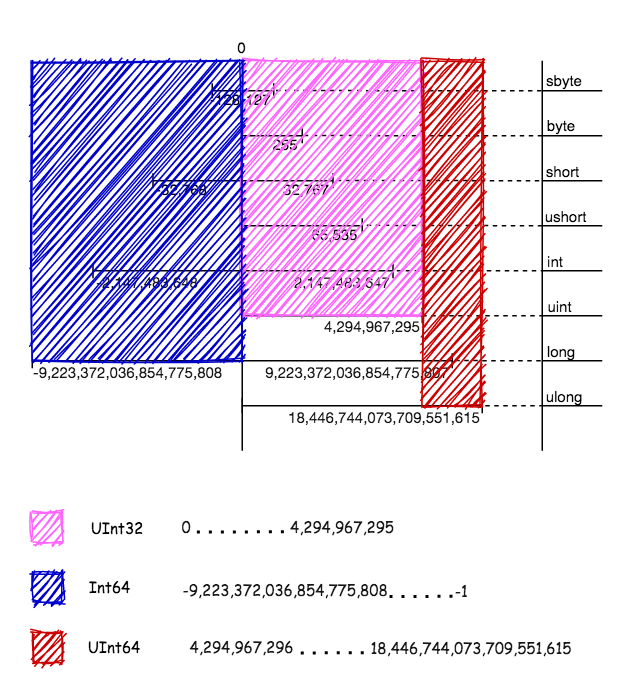
Hunor85/C-sharp keeps this draw.io diagram as 001-Types/001-Integral numerci types/005-integer_literal/docs/inetger literal.png. Above is the earlier version. Source tidied: cells renumbered, new cells last; positions are measured from the earlier drawing's top-left corner, leaving out a move shared by most shapes.
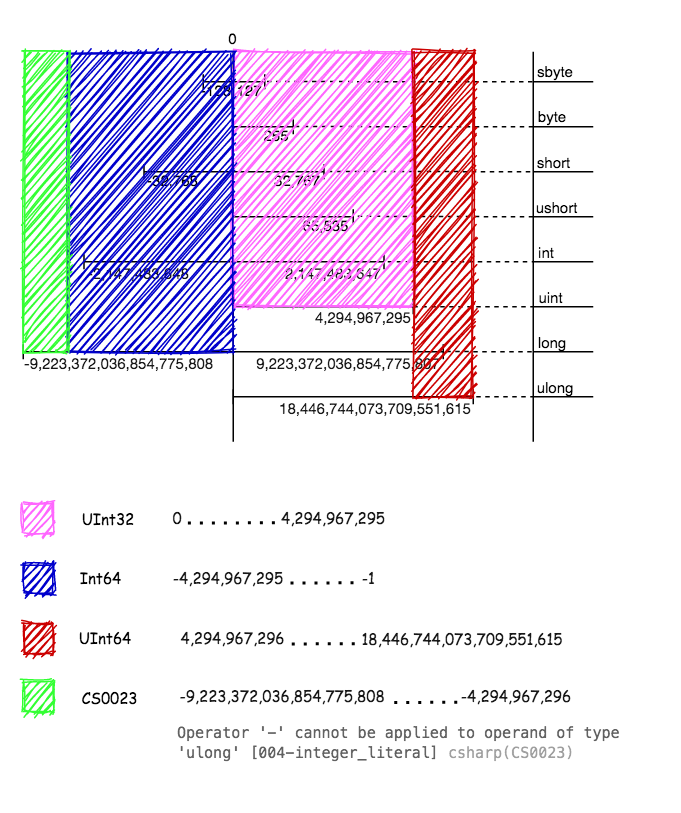
After the commit.

Change to the diagram source:
```diff
@@ -201,7 +201,7 @@
       <mxGeometry x="141" y="20" width="120" height="170" as="geometry" />
     </mxCell>
     <mxCell id="50" style="rounded=0;whiteSpace=wrap;html=1;shadow=0;glass=0;sketch=1;strokeColor=#0000CC;fillColor=#0000CC;fillStyle=hachure;" parent="1" vertex="1">
-      <mxGeometry x="1" y="20" width="140" height="200" as="geometry" />
+      <mxGeometry x="31" y="20" width="110" height="200" as="geometry" />
     </mxCell>
     <mxCell id="51" style="rounded=0;whiteSpace=wrap;html=1;shadow=0;glass=0;sketch=1;strokeColor=#CC0000;fillColor=#CC0000;" parent="1" vertex="1">
       <mxGeometry x="261" y="20" width="40" height="230" as="geometry" />
@@ -231,10 +231,10 @@
       <mxGeometry x="168" y="319" width="80" height="22" as="geometry" />
     </mxCell>
     <mxCell id="60" value="&lt;span style=&quot;font-style: normal ; font-weight: normal ; letter-spacing: normal ; text-indent: 0px ; text-transform: none ; word-spacing: 0px ; text-decoration: none ; color: rgb(23 , 23 , 23) ; text-align: left ; background-color: rgb(255 , 255 , 255) ; float: none ; display: inline ; font-size: 10px&quot;&gt;&lt;font style=&quot;font-size: 10px&quot; face=&quot;Comic Sans MS&quot;&gt;-9,223,372,036,854,775,808&lt;/font&gt;&lt;/span&gt;" style="text;html=1;strokeColor=none;fillColor=none;align=center;verticalAlign=middle;whiteSpace=wrap;rounded=0;fontSize=10;" parent="1" vertex="1">
-      <mxGeometry x="105" y="361" width="130" height="22" as="geometry" />
+      <mxGeometry x="109" y="438" width="130" height="22" as="geometry" />
     </mxCell>
     <mxCell id="61" value="&lt;div style=&quot;text-align: left&quot;&gt;&lt;font color=&quot;#171717&quot; face=&quot;Comic Sans MS&quot;&gt;&lt;span style=&quot;background-color: rgb(255 , 255 , 255)&quot;&gt;-1&lt;/span&gt;&lt;/font&gt;&lt;/div&gt;" style="text;html=1;strokeColor=none;fillColor=none;align=center;verticalAlign=middle;whiteSpace=wrap;rounded=0;fontSize=10;" parent="1" vertex="1">
-      <mxGeometry x="279" y="362" width="17" height="22" as="geometry" />
+      <mxGeometry x="223" y="359" width="17" height="22" as="geometry" />
     </mxCell>
     <mxCell id="62" value="&lt;span style=&quot;color: rgb(23 , 23 , 23) ; text-align: left ; background-color: rgb(255 , 255 , 255) ; font-size: 10px&quot;&gt;&lt;font style=&quot;font-size: 10px&quot; face=&quot;Comic Sans MS&quot;&gt;18,446,744,073,709,551,615&lt;/font&gt;&lt;/span&gt;" style="text;html=1;strokeColor=none;fillColor=none;align=center;verticalAlign=middle;whiteSpace=wrap;rounded=0;fontSize=10;" parent="1" vertex="1">
       <mxGeometry x="229" y="400" width="130" height="22" as="geometry" />
@@ -246,8 +246,8 @@
     </mxCell>
     <mxCell id="64" style="endArrow=none;dashed=1;html=1;dashPattern=1 3;strokeWidth=2;exitX=0.983;exitY=0.692;exitDx=0;exitDy=0;exitPerimeter=0;entryX=0;entryY=0.682;entryDx=0;entryDy=0;entryPerimeter=0;" parent="1" edge="1">
       <mxGeometry relative="1" as="geometry">
-        <mxPoint x="239.1" y="377.2" as="sourcePoint" />
-        <mxPoint x="282.5" y="377" as="targetPoint" />
+        <mxPoint x="179.1" y="374.2" as="sourcePoint" />
+        <mxPoint x="222.5" y="374" as="targetPoint" />
       </mxGeometry>
     </mxCell>
     <mxCell id="65" style="endArrow=none;dashed=1;html=1;dashPattern=1 3;strokeWidth=2;exitX=0.983;exitY=0.692;exitDx=0;exitDy=0;exitPerimeter=0;entryX=0;entryY=0.682;entryDx=0;entryDy=0;entryPerimeter=0;" parent="1" edge="1">
@@ -259,5 +259,29 @@
     <mxCell id="66" value="&lt;span style=&quot;color: rgb(23 , 23 , 23) ; text-align: left ; background-color: rgb(255 , 255 , 255) ; font-size: 10px&quot;&gt;&lt;font style=&quot;font-size: 10px&quot; face=&quot;Comic Sans MS&quot;&gt;4,294,967,296&lt;/font&gt;&lt;/span&gt;" style="text;html=1;strokeColor=none;fillColor=none;align=center;verticalAlign=middle;whiteSpace=wrap;rounded=0;fontSize=10;" parent="1" vertex="1">
       <mxGeometry x="101" y="399" width="80" height="22" as="geometry" />
     </mxCell>
+    <mxCell id="67" value="&lt;span style=&quot;color: rgb(23 , 23 , 23) ; text-align: left ; background-color: rgb(255 , 255 , 255) ; font-size: 10px&quot;&gt;&lt;font style=&quot;font-size: 10px&quot; face=&quot;Comic Sans MS&quot;&gt;-4,294,967,295&lt;/font&gt;&lt;/span&gt;" style="text;html=1;strokeColor=none;fillColor=none;align=center;verticalAlign=middle;whiteSpace=wrap;rounded=0;fontSize=10;" parent="1" vertex="1">
+      <mxGeometry x="98" y="359" width="80" height="22" as="geometry" />
+    </mxCell>
+    <mxCell id="68" style="rounded=0;whiteSpace=wrap;html=1;shadow=0;glass=0;sketch=1;fillStyle=hachure;fillColor=#33FF33;strokeColor=#33FF33;" parent="1" vertex="1">
+      <mxGeometry x="1" y="20" width="30" height="200" as="geometry" />
+    </mxCell>
+    <mxCell id="69" style="rounded=0;whiteSpace=wrap;html=1;shadow=0;glass=0;sketch=1;fillColor=#33FF33;strokeColor=#33FF33;" parent="1" vertex="1">
+      <mxGeometry x="1" y="440" width="20" height="20" as="geometry" />
+    </mxCell>
+    <mxCell id="70" value="&lt;span style=&quot;color: rgb(23 , 23 , 23) ; text-align: left ; background-color: rgb(255 , 255 , 255) ; font-size: 10px&quot;&gt;&lt;font style=&quot;font-size: 10px&quot; face=&quot;Comic Sans MS&quot;&gt;-4,294,967,296&lt;/font&gt;&lt;/span&gt;" style="text;html=1;strokeColor=none;fillColor=none;align=center;verticalAlign=middle;whiteSpace=wrap;rounded=0;fontSize=10;" parent="1" vertex="1">
+      <mxGeometry x="290" y="438" width="80" height="22" as="geometry" />
+    </mxCell>
+    <mxCell id="71" style="endArrow=none;dashed=1;html=1;dashPattern=1 3;strokeWidth=2;exitX=0.983;exitY=0.692;exitDx=0;exitDy=0;exitPerimeter=0;entryX=0;entryY=0.682;entryDx=0;entryDy=0;entryPerimeter=0;" parent="1" edge="1">
+      <mxGeometry relative="1" as="geometry">
+        <mxPoint x="248.3" y="453.9" as="sourcePoint" />
+        <mxPoint x="291.7" y="453.7" as="targetPoint" />
+      </mxGeometry>
+    </mxCell>
+    <mxCell id="72" value="&lt;span style=&quot;font-size: 10px&quot;&gt;&lt;font face=&quot;Comic Sans MS&quot;&gt;CS0023&lt;/font&gt;&lt;/span&gt;" style="text;html=1;strokeColor=none;fillColor=none;align=center;verticalAlign=middle;whiteSpace=wrap;rounded=0;fontSize=10;" parent="1" vertex="1">
+      <mxGeometry x="38.5" y="440" width="40" height="20" as="geometry" />
+    </mxCell>
+    <mxCell id="73" value="&lt;font style=&quot;font-size: 10px&quot;&gt;&lt;span style=&quot;color: rgb(97 , 97 , 97) ; font-family: &amp;#34;menlo&amp;#34; , &amp;#34;monaco&amp;#34; , &amp;#34;courier new&amp;#34; , monospace&quot;&gt;Operator '-' cannot be applied to operand of type 'ulong' [004-integer_literal]&lt;/span&gt;&lt;span style=&quot;color: rgb(97 , 97 , 97) ; font-family: &amp;#34;menlo&amp;#34; , &amp;#34;monaco&amp;#34; , &amp;#34;courier new&amp;#34; , monospace ; opacity: 0.6 ; padding-left: 6px&quot;&gt;csharp(CS0023)&lt;/span&gt;&lt;/font&gt;" style="text;html=1;strokeColor=none;fillColor=none;align=left;verticalAlign=middle;whiteSpace=wrap;rounded=0;fontSize=10;" parent="1" vertex="1">
+      <mxGeometry x="102" y="460" width="310" height="40" as="geometry" />
+    </mxCell>
   </root>
 </mxGraphModel>
```
